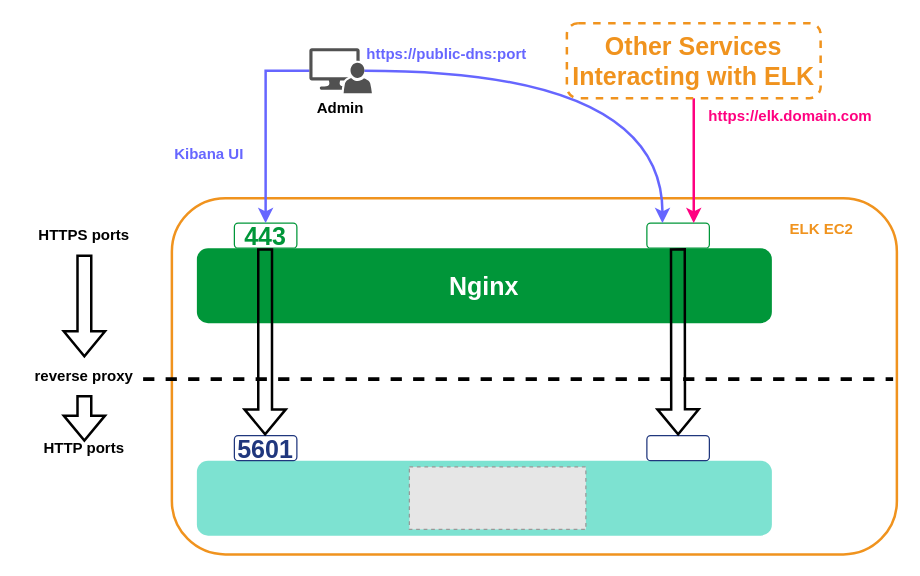
Before: docs/docs/img/elk-deployment-diagram.drawio in QubitPi/hashistack, a draw.io diagram. Source tidied: cells renumbered, new cells numbered last; positions are measured from the earlier drawing's top-left corner, leaving out a move shared by most shapes. Both pictures are drawn from the tidied source at 125%, with x=0, y=0 at pixel (21, 22). Pictures stored in the file or linked from it are replaced by grey dashed boxes.
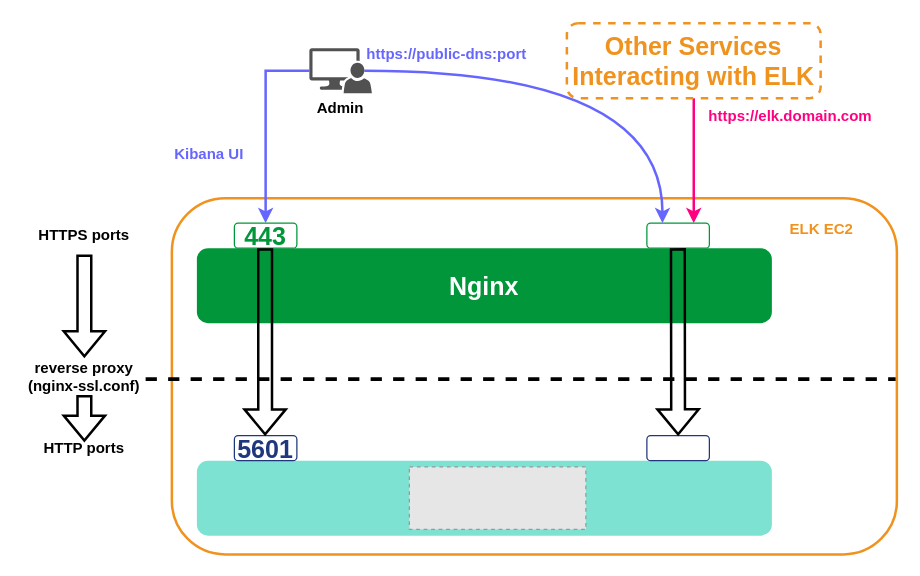
Above is the later version.

The edit, as a diff of the source:
```diff
@@
     <mxCell id="9" style="endArrow=none;dashed=1;html=1;strokeWidth=3;rounded=0;fontFamily=Ubuntu;fontStyle=1;" parent="1" edge="1">
       <mxGeometry relative="1" as="geometry">
-        <mxPoint x="97" y="284.7" as="sourcePoint" />
-        <mxPoint x="697" y="284.7" as="targetPoint" />
+        <mxPoint x="99" y="284.7" as="sourcePoint" />
+        <mxPoint x="699" y="284.7" as="targetPoint" />
       </mxGeometry>
     </mxCell>
@@
-    <mxCell id="14" value="&lt;font style=&quot;font-size: 12px;&quot;&gt;&lt;span&gt;reverse proxy&lt;br&gt;&lt;/span&gt;&lt;/font&gt;" style="text;html=1;strokeColor=none;fillColor=none;align=center;verticalAlign=middle;whiteSpace=wrap;rounded=0;fontFamily=Ubuntu;fontStyle=1;" parent="1" vertex="1">
+    <mxCell id="14" value="&lt;font style=&quot;font-size: 12px;&quot;&gt;&lt;span&gt;reverse proxy&lt;br&gt;(nginx-ssl.conf)&lt;br&gt;&lt;/span&gt;&lt;/font&gt;" style="text;html=1;strokeColor=none;fillColor=none;align=center;verticalAlign=middle;whiteSpace=wrap;rounded=0;fontFamily=Ubuntu;fontStyle=1;" parent="1" vertex="1">
       <mxGeometry y="267.5" width="100" height="30" as="geometry" />
     </mxCell>
```
